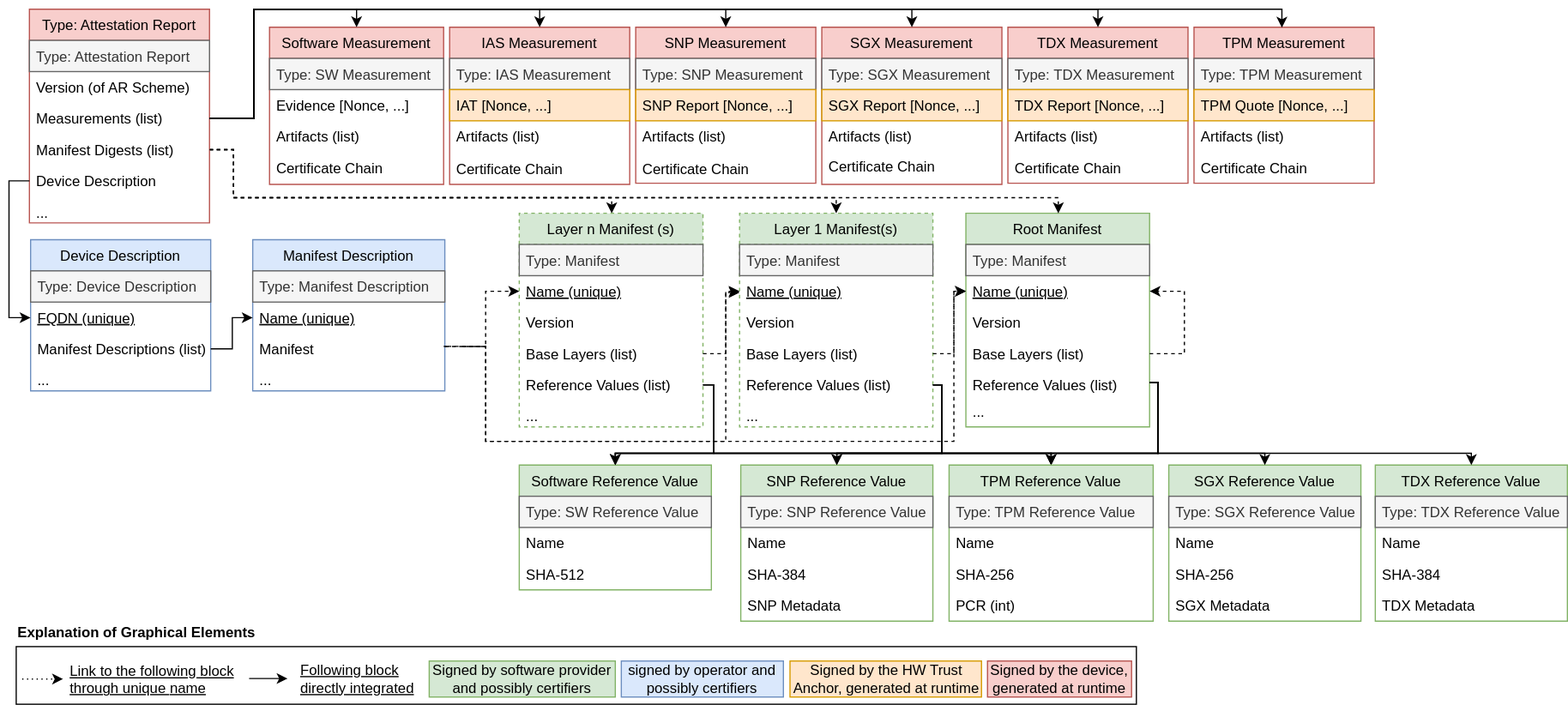
This is doc/diagrams/attestation-report.drawio.svg from Fraunhofer-AISEC/cmc, a draw.io export, as it was before one commit. Source tidied: cells renumbered, new cells last; positions are measured from the earlier drawing's top-left corner, leaving out a move shared by most shapes.
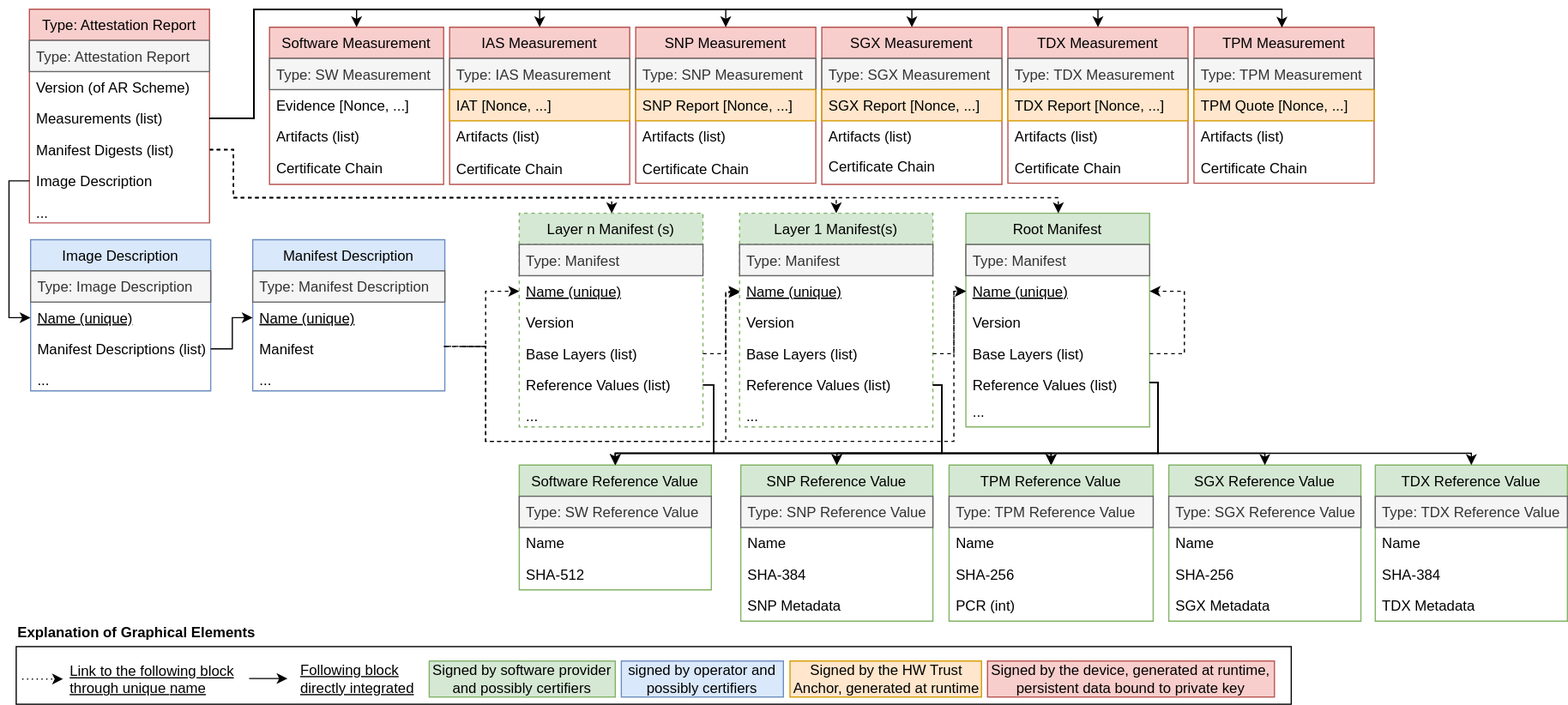
Above is the later version.

The edit, as a diff of the source:
```diff
@@ -21,7 +21,7 @@
       </mxGeometry>
     </mxCell>
     <mxCell id="4" style="rounded=0;whiteSpace=wrap;html=1;fontColor=#000000;fillColor=default;" parent="1" vertex="1">
-      <mxGeometry x="6" y="531" width="933" height="48" as="geometry" />
+      <mxGeometry x="6" y="531" width="1062" height="48" as="geometry" />
     </mxCell>
     <mxCell id="5" value="Layer n Manifest (s)" style="swimlane;fontStyle=0;horizontal=1;startSize=26;fillColor=#d5e8d4;strokeColor=#82b366;dashed=1;" parent="1" vertex="1">
       <mxGeometry x="425" y="170" width="153" height="178" as="geometry" />
@@ -59,13 +59,13 @@
     <mxCell id="16" value="..." style="text;strokeColor=none;fillColor=none;align=left;verticalAlign=top;spacingLeft=4;spacingRight=4;overflow=hidden;" parent="12" vertex="1">
       <mxGeometry y="104" width="160" height="22" as="geometry" />
     </mxCell>
-    <mxCell id="17" value="Device Description" style="swimlane;fontStyle=0;horizontal=1;startSize=26;fillColor=#dae8fc;strokeColor=#6c8ebf;" parent="1" vertex="1">
+    <mxCell id="17" value="Image Description" style="swimlane;fontStyle=0;horizontal=1;startSize=26;fillColor=#dae8fc;strokeColor=#6c8ebf;" parent="1" vertex="1">
       <mxGeometry x="18" y="192" width="150" height="126" as="geometry" />
     </mxCell>
-    <mxCell id="18" value="Type: Device Description" style="text;strokeColor=#666666;fillColor=#f5f5f5;align=left;verticalAlign=top;spacingLeft=4;spacingRight=4;overflow=hidden;fontColor=#333333;" parent="17" vertex="1">
+    <mxCell id="18" value="Type: Image Description" style="text;strokeColor=#666666;fillColor=#f5f5f5;align=left;verticalAlign=top;spacingLeft=4;spacingRight=4;overflow=hidden;fontColor=#333333;" parent="17" vertex="1">
       <mxGeometry y="26" width="150" height="26" as="geometry" />
     </mxCell>
-    <mxCell id="19" value="FQDN (unique)" style="text;align=left;verticalAlign=top;spacingLeft=4;spacingRight=4;overflow=hidden;points=[[0,0.5],[1,0.5]];portConstraint=eastwest;fontStyle=4;" parent="17" vertex="1">
+    <mxCell id="19" value="Name (unique)" style="text;align=left;verticalAlign=top;spacingLeft=4;spacingRight=4;overflow=hidden;points=[[0,0.5],[1,0.5]];portConstraint=eastwest;fontStyle=4;" parent="17" vertex="1">
       <mxGeometry y="52" width="150" height="26" as="geometry" />
     </mxCell>
     <mxCell id="20" value="Manifest Descriptions (list)" style="text;strokeColor=none;fillColor=none;align=left;verticalAlign=top;spacingLeft=4;spacingRight=4;overflow=hidden;points=[[0,0.5],[1,0.5]];portConstraint=eastwest;" parent="17" vertex="1">
@@ -89,7 +89,7 @@
     <mxCell id="26" value="Manifest Digests (list)" style="text;strokeColor=none;fillColor=none;align=left;verticalAlign=top;spacingLeft=4;spacingRight=4;overflow=hidden;points=[[0,0.5],[1,0.5]];portConstraint=eastwest;" parent="22" vertex="1">
       <mxGeometry y="104" width="150" height="26" as="geometry" />
     </mxCell>
-    <mxCell id="27" value="Device Description" style="text;strokeColor=none;fillColor=none;align=left;verticalAlign=top;spacingLeft=4;spacingRight=4;overflow=hidden;points=[[0,0.5],[1,0.5]];portConstraint=eastwest;" parent="22" vertex="1">
+    <mxCell id="27" value="Image Description" style="text;strokeColor=none;fillColor=none;align=left;verticalAlign=top;spacingLeft=4;spacingRight=4;overflow=hidden;points=[[0,0.5],[1,0.5]];portConstraint=eastwest;" parent="22" vertex="1">
       <mxGeometry y="130" width="150" height="26" as="geometry" />
     </mxCell>
     <mxCell id="28" value="..." style="text;strokeColor=none;fillColor=none;align=left;verticalAlign=top;spacingLeft=4;spacingRight=4;overflow=hidden;" parent="22" vertex="1">
@@ -437,8 +437,8 @@
     <mxCell id="101" value="&lt;span style=&quot;&quot;&gt;Signed by the HW Trust Anchor,&amp;nbsp;&lt;/span&gt;&lt;span style=&quot;&quot;&gt;generated at runtime&lt;/span&gt;" style="rounded=0;whiteSpace=wrap;html=1;fillColor=#ffe6cc;strokeColor=#d79b00;" parent="1" vertex="1">
       <mxGeometry x="650.5" y="543" width="159.5" height="30" as="geometry" />
     </mxCell>
-    <mxCell id="102" value="Signed by the device, generated at runtime" style="rounded=0;whiteSpace=wrap;html=1;fillColor=#f8cecc;strokeColor=#b85450;" parent="1" vertex="1">
-      <mxGeometry x="815" y="543" width="120" height="30" as="geometry" />
+    <mxCell id="102" value="Signed by the device, generated at runtime, persistent data bound to private key" style="rounded=0;whiteSpace=wrap;html=1;fillColor=#f8cecc;strokeColor=#b85450;" parent="1" vertex="1">
+      <mxGeometry x="815" y="543" width="239" height="30" as="geometry" />
     </mxCell>
     <mxCell id="103" value="Signed by software provider and possibly certifiers" style="rounded=0;whiteSpace=wrap;html=1;fillColor=#d5e8d4;strokeColor=#82b366;" parent="1" vertex="1">
       <mxGeometry x="350" y="543" width="155" height="30" as="geometry" />
```
